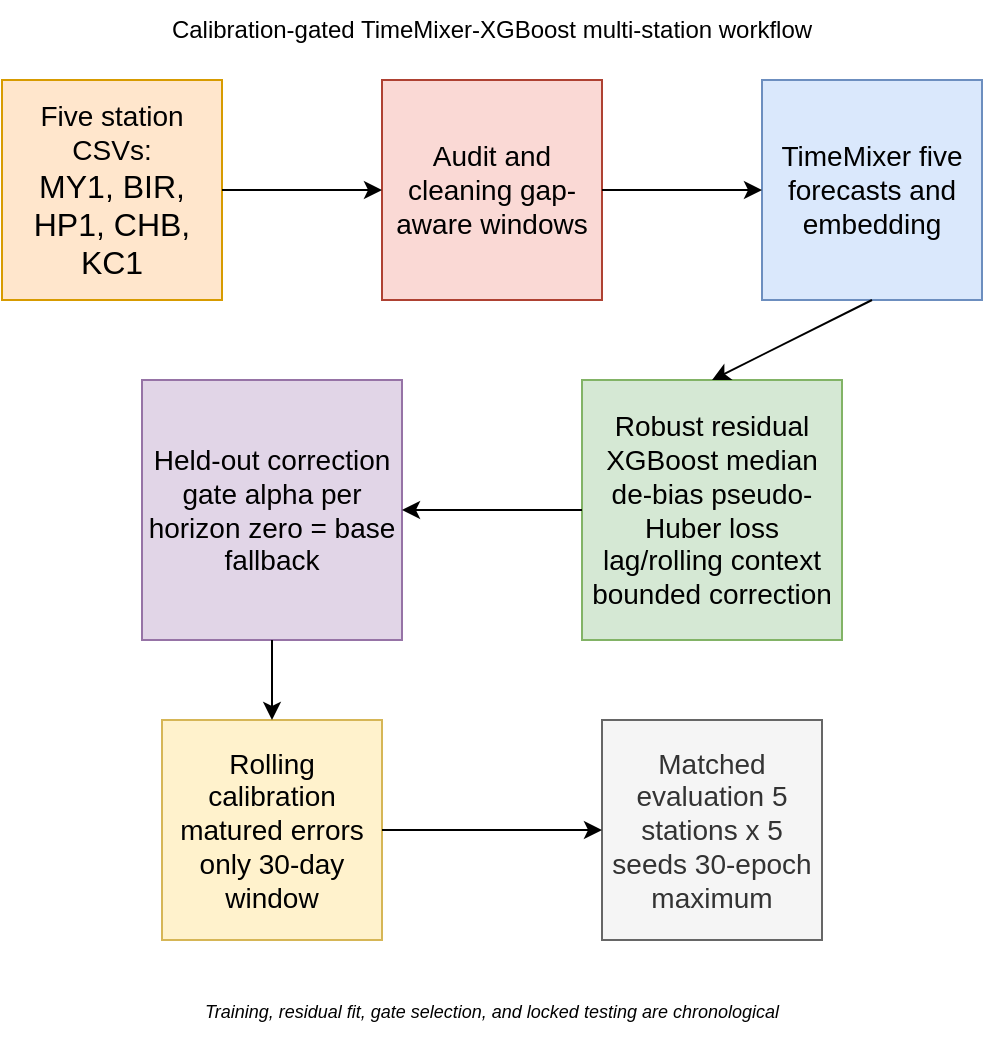
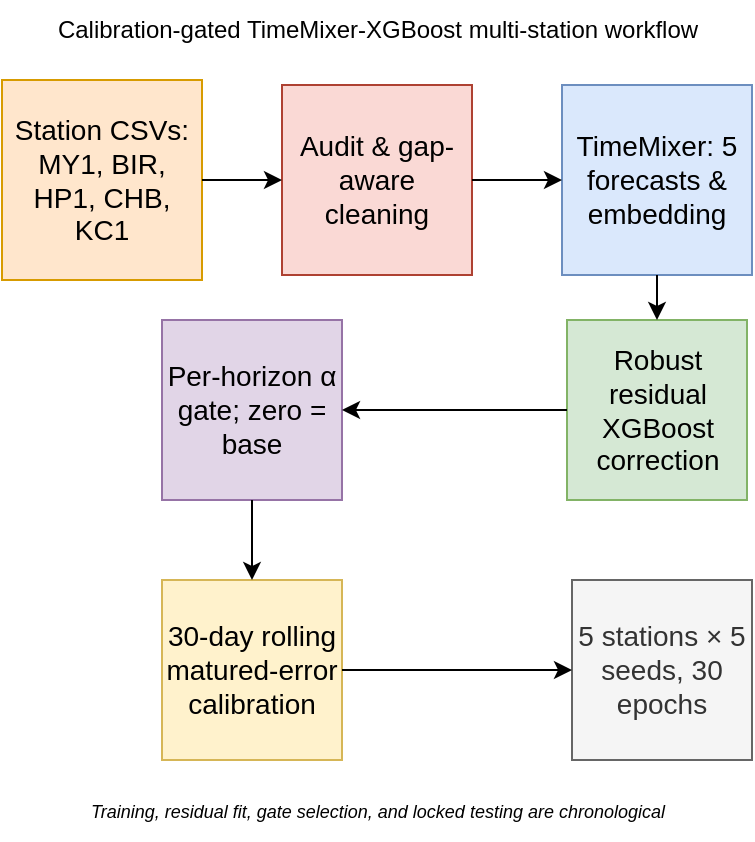
<mxfile host="app.diagrams.net">
  <diagram name="Page-1" id="n5JlhSepTfVhv-ScMeYh">
-     <mxGraphModel dx="1030" dy="527" grid="1" gridSize="10" guides="1" tooltips="1" connect="1" arrows="1" fold="1" page="1" pageScale="1" pageWidth="850" pageHeight="1100" math="0" shadow="0">
+     <mxGraphModel grid="1" page="1" gridSize="10" guides="1" tooltips="1" connect="1" arrows="1" fold="1" pageScale="1" pageWidth="850" pageHeight="1100" math="0" shadow="0">
      <root>
        <mxCell id="0" />
        <mxCell id="1" parent="0" />
-         <mxCell id="qnsk0EcznUA8E4TAkPBx-1" parent="1" style="whiteSpace=wrap;html=1;aspect=fixed;fillColor=#ffe6cc;strokeColor=#d79b00;" value="&lt;font style=&quot;font-size: 14px;&quot;&gt;Five station CSVs:&lt;/font&gt;&lt;div&gt;&lt;font size=&quot;3&quot;&gt;MY1, BIR, HP1, CHB, KC1&lt;/font&gt;&lt;/div&gt;" vertex="1">
-           <mxGeometry height="110" width="110" x="180" y="60" as="geometry" />
+         <mxCell id="qnsk0EcznUA8E4TAkPBx-1" parent="1" style="whiteSpace=wrap;html=1;aspect=fixed;fillColor=#ffe6cc;strokeColor=#d79b00;" value="&lt;font style=&quot;font-size: 14px;&quot;&gt;Station CSVs: MY1, BIR, HP1, CHB, KC1&lt;/font&gt;" vertex="1">
+           <mxGeometry height="100" width="100" x="190" y="60" as="geometry" />
        </mxCell>
-         <mxCell id="qnsk0EcznUA8E4TAkPBx-2" parent="1" style="whiteSpace=wrap;html=1;aspect=fixed;fillColor=#fad9d5;strokeColor=#ae4132;" value="&lt;font style=&quot;font-size: 14px;&quot;&gt;Audit and cleaning gap-aware windows&lt;/font&gt;" vertex="1">
-           <mxGeometry height="110" width="110" x="370" y="60" as="geometry" />
+         <mxCell id="qnsk0EcznUA8E4TAkPBx-2" parent="1" style="whiteSpace=wrap;html=1;aspect=fixed;fillColor=#fad9d5;strokeColor=#ae4132;" value="&lt;font style=&quot;font-size: 14px;&quot;&gt;Audit &amp;amp; gap-aware cleaning&lt;/font&gt;" vertex="1">
+           <mxGeometry height="95" width="95" x="330" y="62.5" as="geometry" />
        </mxCell>
-         <mxCell id="qnsk0EcznUA8E4TAkPBx-3" parent="1" style="whiteSpace=wrap;html=1;aspect=fixed;fillColor=#dae8fc;strokeColor=#6c8ebf;" value="&lt;font style=&quot;font-size: 14px;&quot;&gt;TimeMixer five forecasts and embedding&lt;/font&gt;" vertex="1">
-           <mxGeometry height="110" width="110" x="560" y="60" as="geometry" />
+         <mxCell id="qnsk0EcznUA8E4TAkPBx-3" parent="1" style="whiteSpace=wrap;html=1;aspect=fixed;fillColor=#dae8fc;strokeColor=#6c8ebf;" value="&lt;font style=&quot;font-size: 14px;&quot;&gt;TimeMixer: 5 forecasts &amp;amp; embedding&lt;/font&gt;" vertex="1">
+           <mxGeometry height="95" width="95" x="470" y="62.5" as="geometry" />
        </mxCell>
        <mxCell id="kjFZ2Gx1ZyUYYaG8UaSD-1" parent="1" style="text;html=1;whiteSpace=wrap;strokeColor=none;fillColor=none;align=center;verticalAlign=middle;rounded=0;" value="Calibration-gated TimeMixer-XGBoost multi-station workflow" vertex="1">
-           <mxGeometry height="30" width="350" x="250" y="20" as="geometry" />
+           <mxGeometry height="30" width="350" x="202.5" y="20" as="geometry" />
        </mxCell>
-         <mxCell id="kjFZ2Gx1ZyUYYaG8UaSD-2" parent="1" style="whiteSpace=wrap;html=1;aspect=fixed;fillColor=#d5e8d4;strokeColor=#82b366;" value="&lt;font style=&quot;font-size: 14px;&quot;&gt;Robust residual XGBoost median de-bias pseudo-Huber loss lag/rolling context bounded correction&lt;/font&gt;" vertex="1">
-           <mxGeometry height="130" width="130" x="470" y="210" as="geometry" />
+         <mxCell id="kjFZ2Gx1ZyUYYaG8UaSD-2" parent="1" style="whiteSpace=wrap;html=1;aspect=fixed;fillColor=#d5e8d4;strokeColor=#82b366;" value="&lt;font style=&quot;font-size: 14px;&quot;&gt;Robust residual XGBoost correction&lt;/font&gt;" vertex="1">
+           <mxGeometry height="90" width="90" x="472.5" y="180" as="geometry" />
        </mxCell>
        <mxCell id="kjFZ2Gx1ZyUYYaG8UaSD-7" parent="1" style="text;html=1;whiteSpace=wrap;strokeColor=none;fillColor=none;align=center;verticalAlign=middle;rounded=0;" value="&lt;font style=&quot;font-size: 9px;&quot;&gt;&lt;i&gt;Training, residual fit, gate selection, and locked testing are chronological&lt;/i&gt;&lt;/font&gt;" vertex="1">
-           <mxGeometry height="30" width="300" x="275" y="510" as="geometry" />
+           <mxGeometry height="30" width="300" x="227.5" y="410" as="geometry" />
        </mxCell>
-         <mxCell id="kjFZ2Gx1ZyUYYaG8UaSD-8" parent="1" style="whiteSpace=wrap;html=1;aspect=fixed;fillColor=#e1d5e7;strokeColor=#9673a6;" value="&lt;font style=&quot;font-size: 14px;&quot;&gt;Held-out correction gate alpha per horizon zero = base fallback&lt;/font&gt;" vertex="1">
-           <mxGeometry height="130" width="130" x="250" y="210" as="geometry" />
+         <mxCell id="kjFZ2Gx1ZyUYYaG8UaSD-8" parent="1" style="whiteSpace=wrap;html=1;aspect=fixed;fillColor=#e1d5e7;strokeColor=#9673a6;" value="&lt;font style=&quot;font-size: 14px;&quot;&gt;Per-horizon α gate; zero = base&lt;/font&gt;" vertex="1">
+           <mxGeometry height="90" width="90" x="270" y="180" as="geometry" />
        </mxCell>
-         <mxCell id="kjFZ2Gx1ZyUYYaG8UaSD-9" parent="1" style="whiteSpace=wrap;html=1;aspect=fixed;fillColor=#f5f5f5;fontColor=#333333;strokeColor=#666666;" value="&lt;font style=&quot;font-size: 14px;&quot;&gt;Matched evaluation 5 stations x 5 seeds 30-epoch maximum&lt;/font&gt;" vertex="1">
-           <mxGeometry height="110" width="110" x="480" y="380" as="geometry" />
+         <mxCell id="kjFZ2Gx1ZyUYYaG8UaSD-9" parent="1" style="whiteSpace=wrap;html=1;aspect=fixed;fillColor=#f5f5f5;fontColor=#333333;strokeColor=#666666;" value="&lt;font style=&quot;font-size: 14px;&quot;&gt;5 stations × 5 seeds, 30 epochs&lt;/font&gt;" vertex="1">
+           <mxGeometry height="90" width="90" x="475" y="310" as="geometry" />
        </mxCell>
-         <mxCell id="kjFZ2Gx1ZyUYYaG8UaSD-10" parent="1" style="whiteSpace=wrap;html=1;aspect=fixed;fillColor=#fff2cc;strokeColor=#d6b656;" value="&lt;font style=&quot;font-size: 14px;&quot;&gt;Rolling calibration matured errors only 30-day window&lt;/font&gt;" vertex="1">
-           <mxGeometry height="110" width="110" x="260" y="380" as="geometry" />
+         <mxCell id="kjFZ2Gx1ZyUYYaG8UaSD-10" parent="1" style="whiteSpace=wrap;html=1;aspect=fixed;fillColor=#fff2cc;strokeColor=#d6b656;" value="&lt;font style=&quot;font-size: 14px;&quot;&gt;30-day rolling matured-error calibration&lt;/font&gt;" vertex="1">
+           <mxGeometry height="90" width="90" x="270" y="310" as="geometry" />
        </mxCell>
        <mxCell id="kjFZ2Gx1ZyUYYaG8UaSD-11" edge="1" parent="1" source="qnsk0EcznUA8E4TAkPBx-1" style="endArrow=classic;html=1;rounded=0;exitX=1;exitY=0.5;exitDx=0;exitDy=0;entryX=0;entryY=0.5;entryDx=0;entryDy=0;" target="qnsk0EcznUA8E4TAkPBx-2" value="">
          <mxGeometry height="50" relative="1" width="50" as="geometry">
            <mxPoint x="340" y="240" as="sourcePoint" />
            <mxPoint x="390" y="190" as="targetPoint" />
          </mxGeometry>
        </mxCell>
        <mxCell id="kjFZ2Gx1ZyUYYaG8UaSD-12" edge="1" parent="1" source="qnsk0EcznUA8E4TAkPBx-2" style="endArrow=classic;html=1;rounded=0;exitX=1;exitY=0.5;exitDx=0;exitDy=0;entryX=0;entryY=0.5;entryDx=0;entryDy=0;" target="qnsk0EcznUA8E4TAkPBx-3" value="">
          <mxGeometry height="50" relative="1" width="50" as="geometry">
            <mxPoint x="340" y="240" as="sourcePoint" />
            <mxPoint x="390" y="190" as="targetPoint" />
          </mxGeometry>
        </mxCell>
        <mxCell id="kjFZ2Gx1ZyUYYaG8UaSD-13" edge="1" parent="1" source="qnsk0EcznUA8E4TAkPBx-3" style="endArrow=classic;html=1;rounded=0;exitX=0.5;exitY=1;exitDx=0;exitDy=0;entryX=0.5;entryY=0;entryDx=0;entryDy=0;" target="kjFZ2Gx1ZyUYYaG8UaSD-2" value="">
          <mxGeometry height="50" relative="1" width="50" as="geometry">
            <mxPoint x="340" y="240" as="sourcePoint" />
            <mxPoint x="390" y="190" as="targetPoint" />
          </mxGeometry>
        </mxCell>
        <mxCell id="kjFZ2Gx1ZyUYYaG8UaSD-14" edge="1" parent="1" source="kjFZ2Gx1ZyUYYaG8UaSD-2" style="endArrow=classic;html=1;rounded=0;exitX=0;exitY=0.5;exitDx=0;exitDy=0;entryX=1;entryY=0.5;entryDx=0;entryDy=0;" target="kjFZ2Gx1ZyUYYaG8UaSD-8" value="">
          <mxGeometry height="50" relative="1" width="50" as="geometry">
            <mxPoint x="340" y="240" as="sourcePoint" />
            <mxPoint x="390" y="190" as="targetPoint" />
          </mxGeometry>
        </mxCell>
        <mxCell id="kjFZ2Gx1ZyUYYaG8UaSD-15" edge="1" parent="1" source="kjFZ2Gx1ZyUYYaG8UaSD-8" style="endArrow=classic;html=1;rounded=0;exitX=0.5;exitY=1;exitDx=0;exitDy=0;entryX=0.5;entryY=0;entryDx=0;entryDy=0;" target="kjFZ2Gx1ZyUYYaG8UaSD-10" value="">
          <mxGeometry height="50" relative="1" width="50" as="geometry">
            <mxPoint x="340" y="240" as="sourcePoint" />
            <mxPoint x="390" y="190" as="targetPoint" />
          </mxGeometry>
        </mxCell>
        <mxCell id="kjFZ2Gx1ZyUYYaG8UaSD-16" edge="1" parent="1" source="kjFZ2Gx1ZyUYYaG8UaSD-10" style="endArrow=classic;html=1;rounded=0;exitX=1;exitY=0.5;exitDx=0;exitDy=0;entryX=0;entryY=0.5;entryDx=0;entryDy=0;" target="kjFZ2Gx1ZyUYYaG8UaSD-9" value="">
          <mxGeometry height="50" relative="1" width="50" as="geometry">
            <mxPoint x="340" y="240" as="sourcePoint" />
            <mxPoint x="390" y="190" as="targetPoint" />
          </mxGeometry>
        </mxCell>
      </root>
    </mxGraphModel>
  </diagram>
</mxfile>
